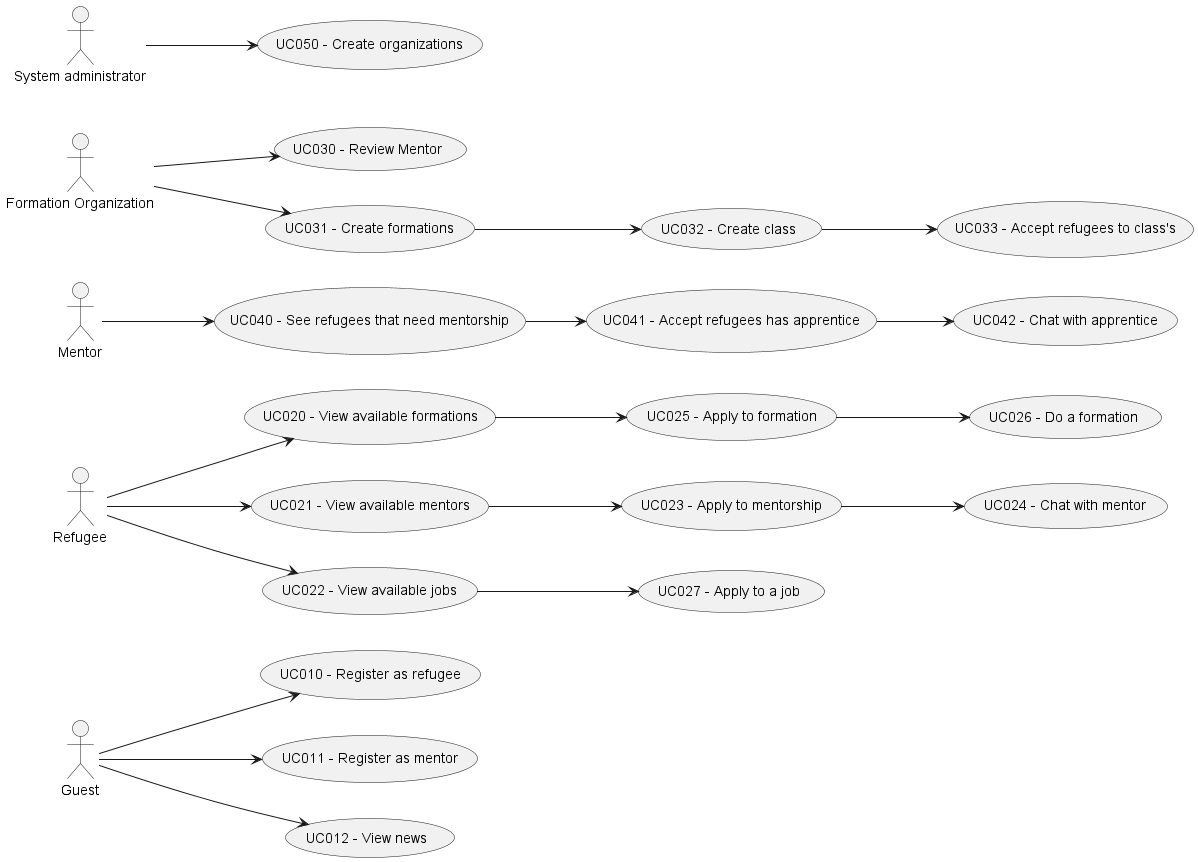
This is Doc/Requirements/png/UseCaseDiagram.png from kanzodotjava/RefugeeLINK, a PlantUML export, as it was before one commit.
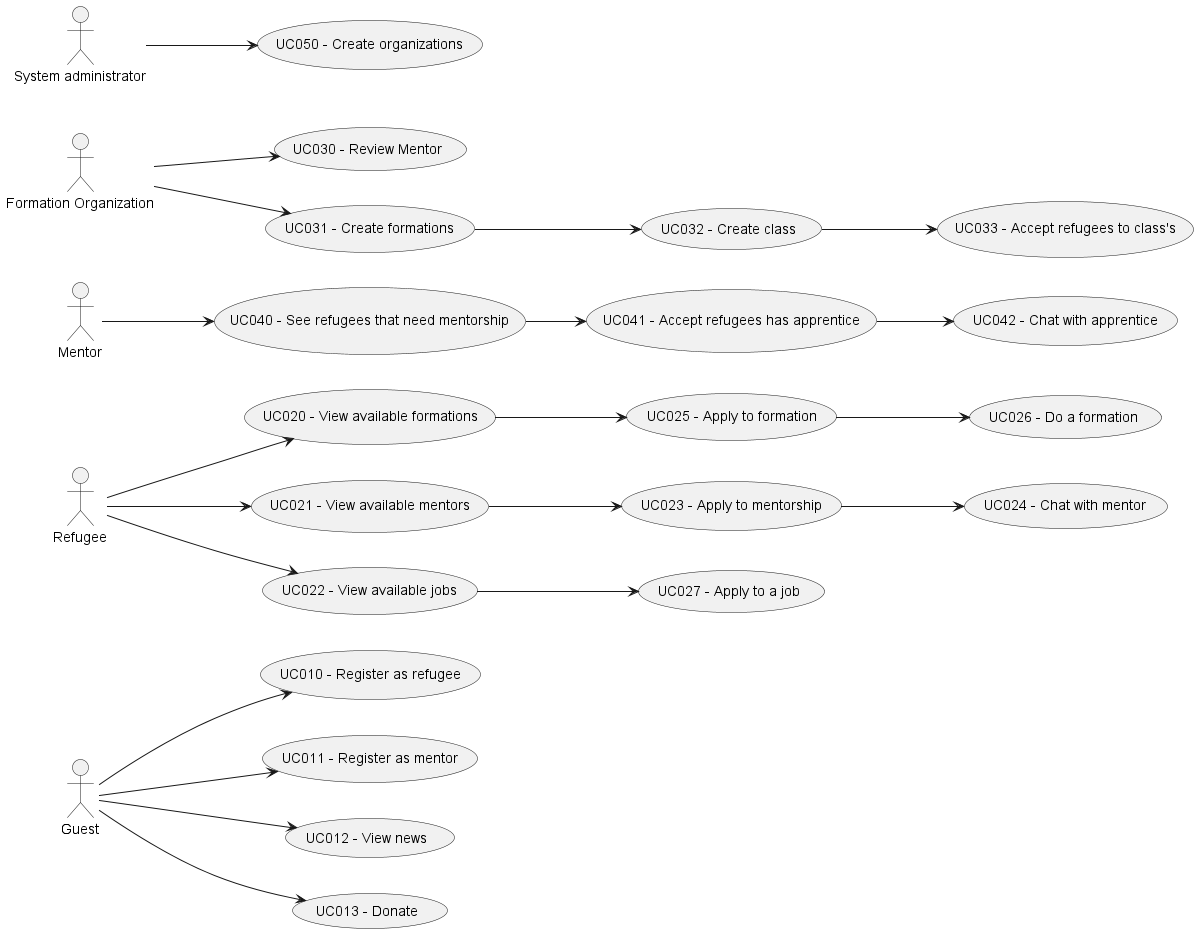
The same file after the commit.

Commit message:
Update Case Diagram

Diff of the diagram source:
```diff
@@ -11,6 +11,7 @@
 usecase "UC010 - Register as refugee" as UC010
 usecase "UC011 - Register as mentor" as UC011
 usecase "UC012 - View news" as UC012
+usecase "UC013 - Donate" as UC013
 
 
 usecase "UC020 - View available formations" as UC020
@@ -38,6 +39,7 @@
 Guest --> UC010
 Guest --> UC011
 Guest --> UC012
+Guest --> UC013
 
 Refugee --> UC020
 Refugee --> UC021
```
